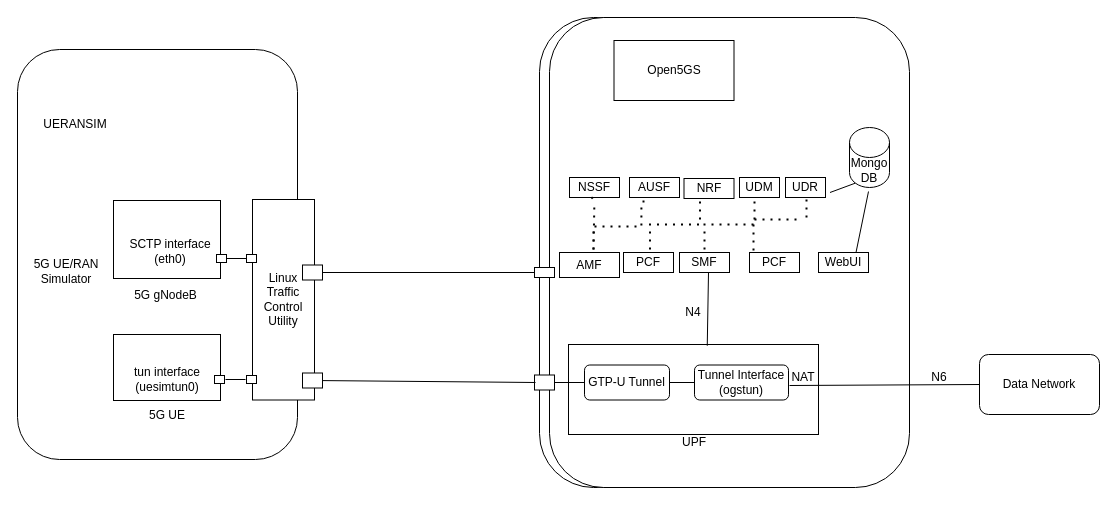
Above: Untitled Diagram.drawio in jidhub/android-ocr-builds-on-2025 (draw.io), before the change. Source tidied: cells renumbered, new cells numbered last; positions are measured from the earlier drawing's top-left corner, leaving out a move shared by most shapes. Both pictures are drawn from the tidied source at 100%, with x=0, y=0 at pixel (17, 17).
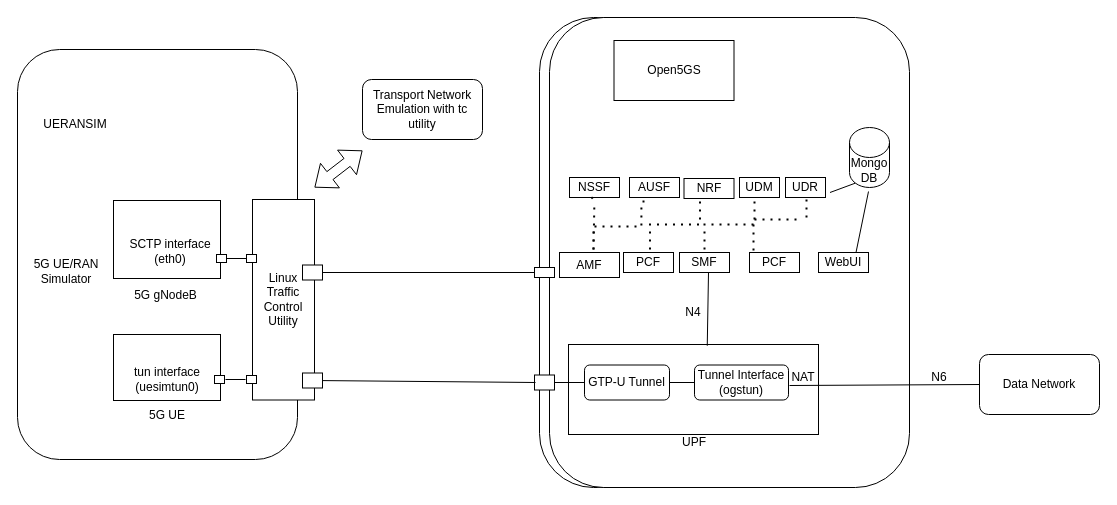
The same diagram, later.

Diff of the diagram source:
```diff
@@
+    <mxCell id="64" style="shape=flexArrow;endArrow=classic;startArrow=classic;html=1;rounded=0;" parent="1" edge="1">
+      <mxGeometry relative="1" as="geometry">
+        <mxPoint x="297" y="170" as="sourcePoint" />
+        <mxPoint x="345" y="133" as="targetPoint" />
+      </mxGeometry>
+    </mxCell>
+    <mxCell id="65" value="Transport Network Emulation with tc utility" style="rounded=1;whiteSpace=wrap;html=1;" parent="1" vertex="1">
+      <mxGeometry x="345" y="62" width="120" height="60" as="geometry" />
+    </mxCell>
```
